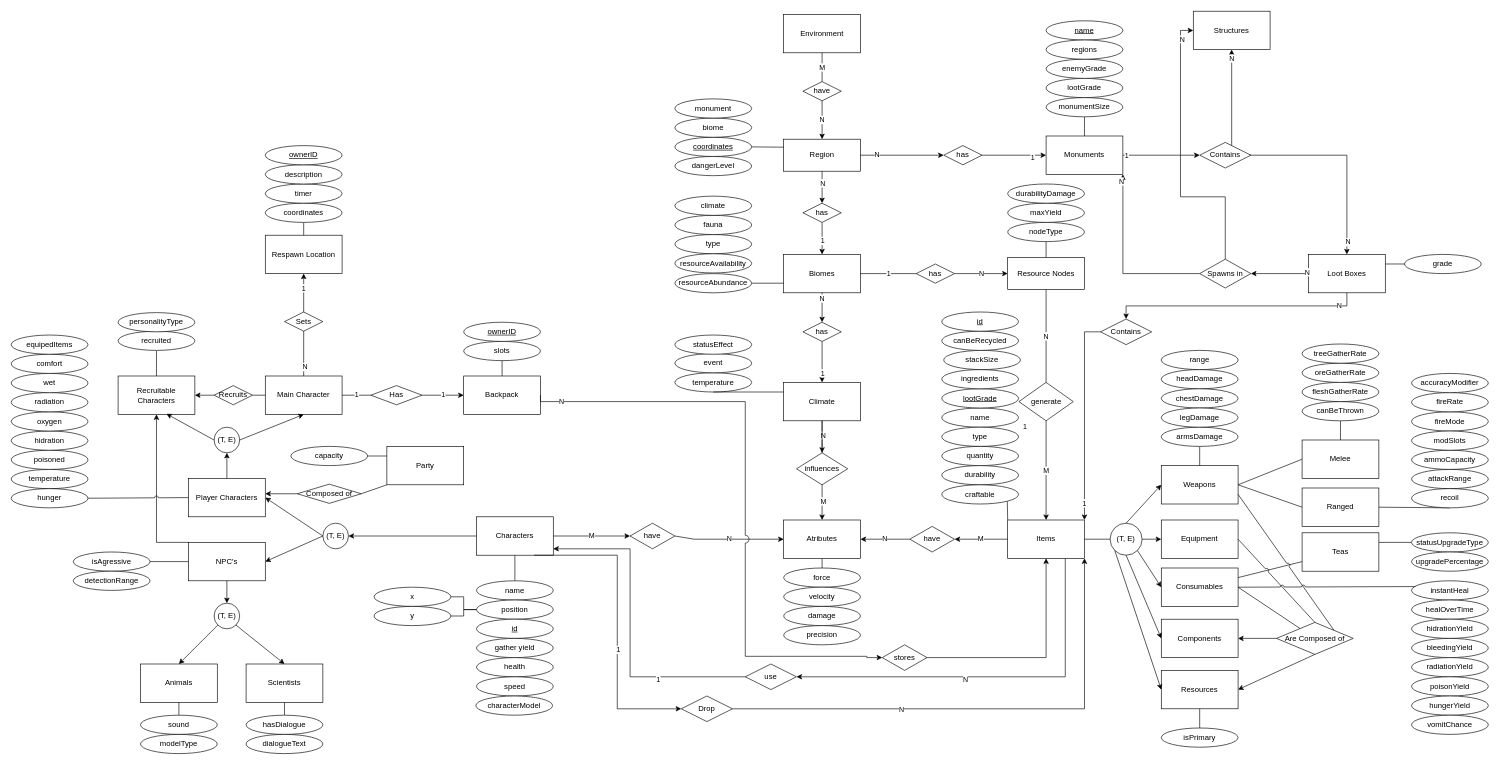
Before: 1. Modelo Entidade Relacionamento/MER.drawio in SBD1/Grupo_9_Rust, a draw.io diagram. Source tidied: cells renumbered, new cells numbered last; positions are measured from the earlier drawing's top-left corner, leaving out a move shared by most shapes. Both pictures are drawn from the tidied source at 64%, with x=0, y=0 at pixel (11, 11).
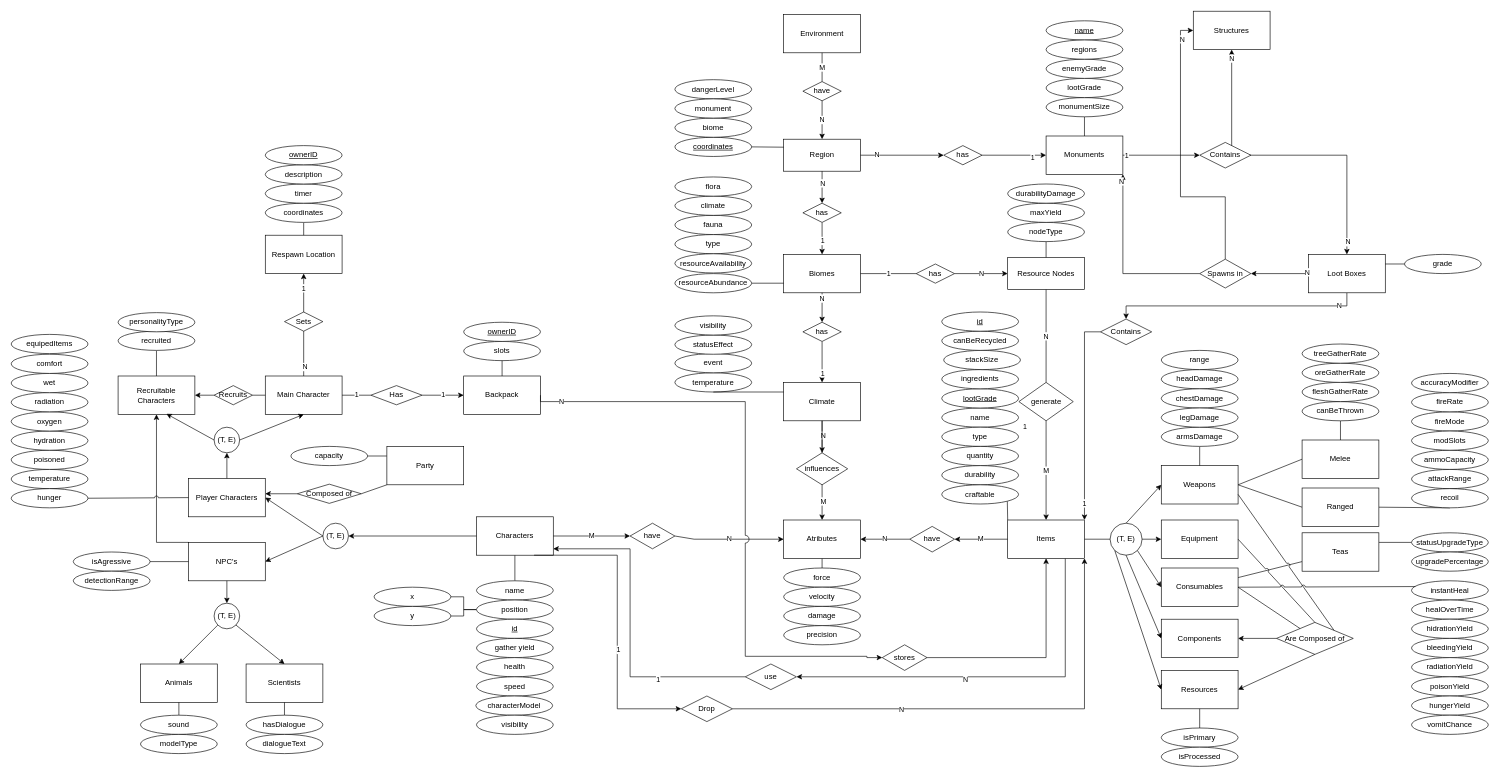
The same diagram, later.

Change to the diagram source:
```diff
@@
-    <mxCell id="161" value="hidration" style="ellipse;whiteSpace=wrap;html=1;" parent="1" vertex="1">
+    <mxCell id="161" value="hydration" style="ellipse;whiteSpace=wrap;html=1;" parent="1" vertex="1">
       <mxGeometry y="656" width="120" height="30" as="geometry" />
     </mxCell>
@@
     <mxCell id="239" value="equipedItems" style="ellipse;whiteSpace=wrap;html=1;" parent="1" vertex="1">
-      <mxGeometry y="506" width="120" height="30" as="geometry" />
+      <mxGeometry y="505" width="120" height="30" as="geometry" />
     </mxCell>
@@
     <mxCell id="250" value="dangerLevel" style="ellipse;whiteSpace=wrap;html=1;" parent="1" vertex="1">
-      <mxGeometry x="1037" y="227" width="120" height="30" as="geometry" />
+      <mxGeometry x="1037" y="107" width="120" height="30" as="geometry" />
     </mxCell>
@@
+    <mxCell id="264" value="flora" style="ellipse;whiteSpace=wrap;html=1;" parent="1" vertex="1">
+      <mxGeometry x="1037" y="259" width="120" height="30" as="geometry" />
+    </mxCell>
+    <mxCell id="265" value="visibility" style="ellipse;whiteSpace=wrap;html=1;" parent="1" vertex="1">
+      <mxGeometry x="1037" y="476" width="120" height="30" as="geometry" />
+    </mxCell>
+    <mxCell id="266" value="visibility" style="ellipse;whiteSpace=wrap;html=1;" parent="1" vertex="1">
+      <mxGeometry x="727" y="1100" width="120" height="30" as="geometry" />
+    </mxCell>
+    <mxCell id="267" value="isProcessed" style="ellipse;whiteSpace=wrap;html=1;" parent="1" vertex="1">
+      <mxGeometry x="1797" y="1150" width="120" height="30" as="geometry" />
+    </mxCell>
```
